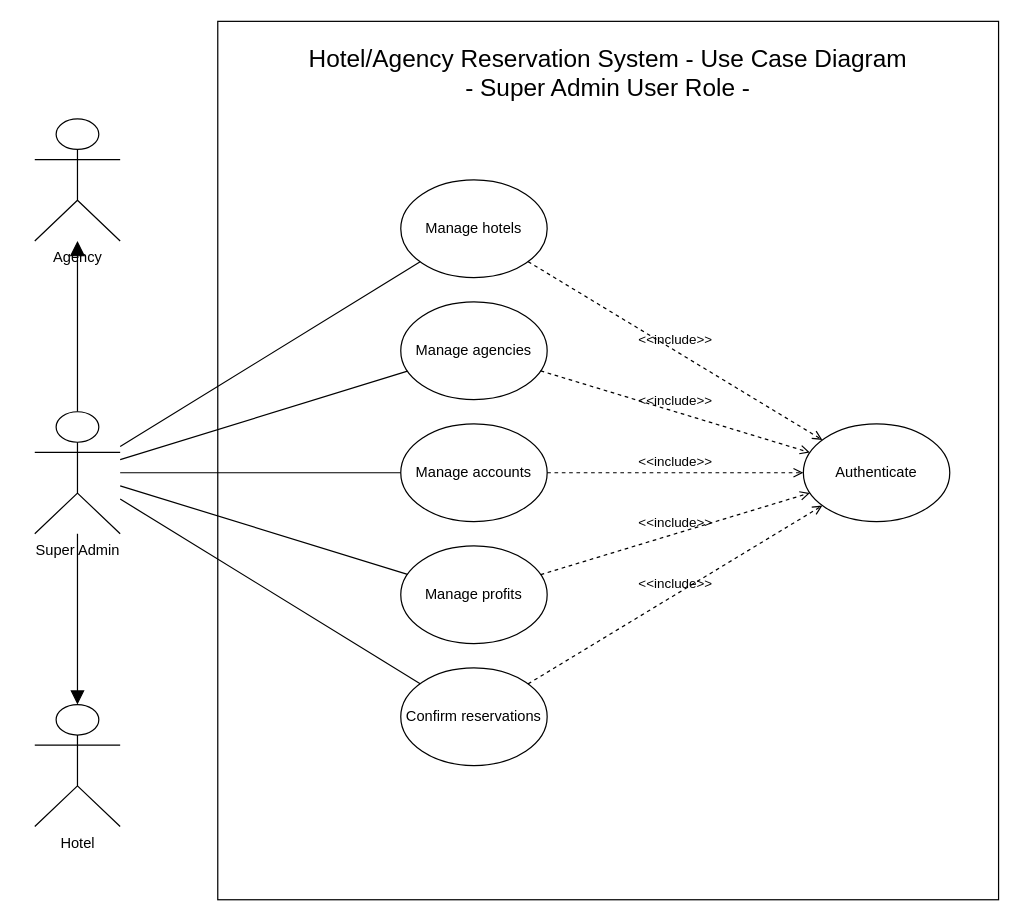
Earlier version of the draw.io diagram page "super admin" (4 of 4) of use_case_diagram.drawio (jawharhmidi02/resrvy_diagrams). Source tidied: cells renumbered, new cells numbered last; positions are measured from the earlier drawing's top-left corner, leaving out a move shared by most shapes. Both pictures are drawn from the tidied source at 122%, with x=0, y=0 at pixel (34, 21).
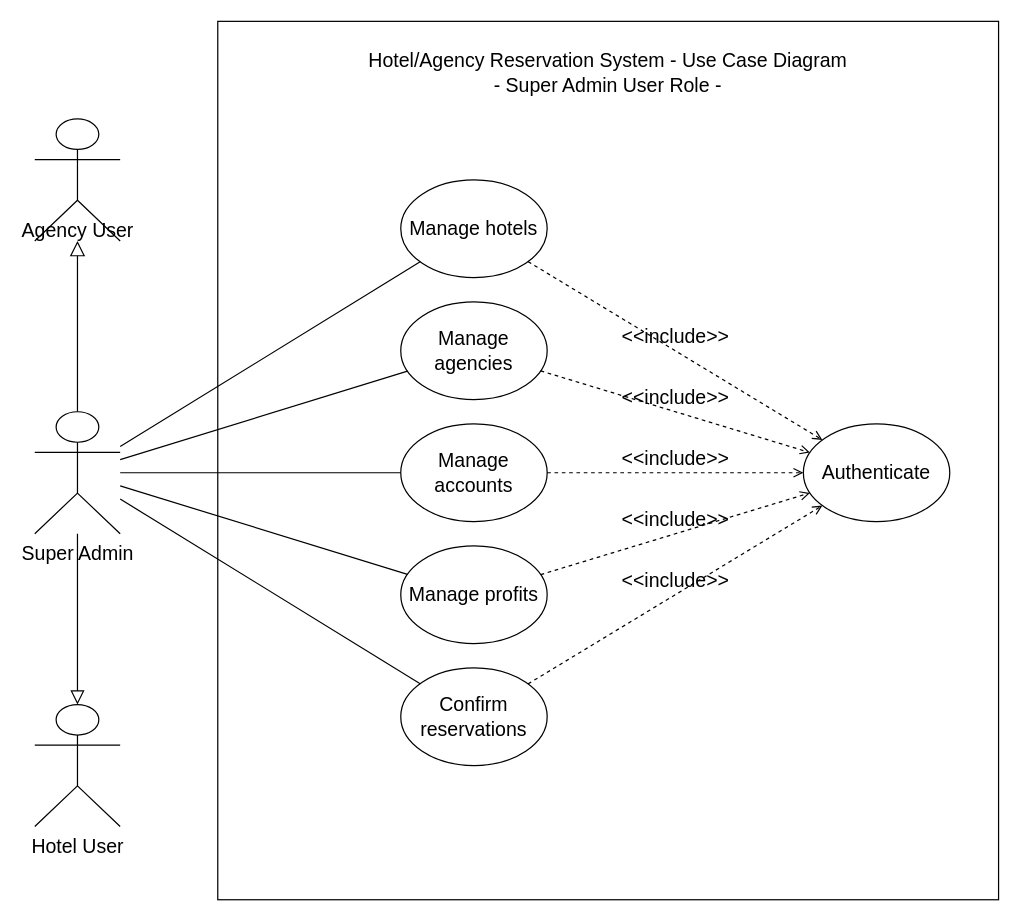
Above is the later version.

Diff of the diagram source:
```diff
@@
-    <mxCell id="2" style="edgeStyle=orthogonalEdgeStyle;rounded=0;jettySize=auto;html=1;endArrow=block;endFill=1;strokeWidth=1;endSize=10;" parent="1" edge="1" source="10" target="24">
+    <mxCell id="2" style="edgeStyle=orthogonalEdgeStyle;rounded=0;jettySize=auto;html=1;endArrow=block;endFill=0;strokeWidth=1;endSize=10;fontSize=16;" parent="1" edge="1" source="10" target="24">
       <mxGeometry relative="1" as="geometry" />
     </mxCell>
-    <mxCell id="3" style="rounded=0;whiteSpace=wrap;html=1;" parent="1" vertex="1">
+    <mxCell id="3" style="rounded=0;whiteSpace=wrap;html=1;fontSize=16;" parent="1" vertex="1">
       <mxGeometry x="150" width="640" height="720" as="geometry" />
     </mxCell>
-    <mxCell id="4" value="&lt;div&gt;Manage accounts&lt;/div&gt;" style="ellipse;whiteSpace=wrap;html=1;" parent="1" vertex="1">
+    <mxCell id="4" value="&lt;div&gt;Manage accounts&lt;/div&gt;" style="ellipse;whiteSpace=wrap;html=1;fontSize=16;" parent="1" vertex="1">
       <mxGeometry x="300" y="330" width="120" height="80" as="geometry" />
     </mxCell>
-    <mxCell id="5" value="Confirm reservations" style="ellipse;whiteSpace=wrap;html=1;" parent="1" vertex="1">
+    <mxCell id="5" value="Confirm reservations" style="ellipse;whiteSpace=wrap;html=1;fontSize=16;" parent="1" vertex="1">
       <mxGeometry x="300" y="530" width="120" height="80" as="geometry" />
     </mxCell>
-    <mxCell id="6" value="Manage profits" style="ellipse;whiteSpace=wrap;html=1;" parent="1" vertex="1">
+    <mxCell id="6" value="Manage profits" style="ellipse;whiteSpace=wrap;html=1;fontSize=16;" parent="1" vertex="1">
       <mxGeometry x="300" y="430" width="120" height="80" as="geometry" />
     </mxCell>
-    <mxCell id="7" value="&amp;lt;&amp;lt;include&amp;gt;&amp;gt;" style="html=1;verticalAlign=bottom;labelBackgroundColor=none;endArrow=open;endFill=0;dashed=1;rounded=0;" parent="1" edge="1" source="4" target="20">
+    <mxCell id="7" value="&amp;lt;&amp;lt;include&amp;gt;&amp;gt;" style="html=1;verticalAlign=bottom;labelBackgroundColor=none;endArrow=open;endFill=0;dashed=1;rounded=0;fontSize=16;" parent="1" edge="1" source="4" target="20">
       <mxGeometry relative="1" as="geometry" />
     </mxCell>
-    <mxCell id="8" value="&amp;lt;&amp;lt;include&amp;gt;&amp;gt;" style="html=1;verticalAlign=bottom;labelBackgroundColor=none;endArrow=open;endFill=0;dashed=1;rounded=0;" parent="1" edge="1" source="5" target="20">
+    <mxCell id="8" value="&amp;lt;&amp;lt;include&amp;gt;&amp;gt;" style="html=1;verticalAlign=bottom;labelBackgroundColor=none;endArrow=open;endFill=0;dashed=1;rounded=0;fontSize=16;" parent="1" edge="1" source="5" target="20">
       <mxGeometry relative="1" as="geometry" />
     </mxCell>
-    <mxCell id="9" value="&amp;lt;&amp;lt;include&amp;gt;&amp;gt;" style="html=1;verticalAlign=bottom;labelBackgroundColor=none;endArrow=open;endFill=0;dashed=1;rounded=0;" parent="1" edge="1" source="6" target="20">
+    <mxCell id="9" value="&amp;lt;&amp;lt;include&amp;gt;&amp;gt;" style="html=1;verticalAlign=bottom;labelBackgroundColor=none;endArrow=open;endFill=0;dashed=1;rounded=0;fontSize=16;" parent="1" edge="1" source="6" target="20">
       <mxGeometry relative="1" as="geometry" />
     </mxCell>
-    <mxCell id="10" value="&lt;div&gt;Super Admin&lt;/div&gt;" style="shape=umlActor;verticalLabelPosition=bottom;verticalAlign=top;html=1;outlineConnect=0;" parent="1" vertex="1">
+    <mxCell id="10" value="&lt;div&gt;Super Admin&lt;/div&gt;" style="shape=umlActor;verticalLabelPosition=bottom;verticalAlign=top;html=1;outlineConnect=0;fontSize=16;" parent="1" vertex="1">
       <mxGeometry y="320" width="70" height="100" as="geometry" />
     </mxCell>
-    <mxCell id="11" style="endArrow=none;html=1;rounded=0;" parent="1" edge="1" source="10" target="4">
+    <mxCell id="11" style="endArrow=none;html=1;rounded=0;fontSize=16;" parent="1" edge="1" source="10" target="4">
       <mxGeometry relative="1" as="geometry" />
     </mxCell>
-    <mxCell id="12" style="endArrow=none;html=1;rounded=0;" parent="1" edge="1" source="10" target="5">
+    <mxCell id="12" style="endArrow=none;html=1;rounded=0;fontSize=16;" parent="1" edge="1" source="10" target="5">
       <mxGeometry relative="1" as="geometry" />
     </mxCell>
-    <mxCell id="13" style="endArrow=none;html=1;rounded=0;" parent="1" edge="1" source="10" target="6">
+    <mxCell id="13" style="endArrow=none;html=1;rounded=0;fontSize=16;" parent="1" edge="1" source="10" target="6">
       <mxGeometry relative="1" as="geometry" />
     </mxCell>
-    <mxCell id="14" value="&lt;div&gt;Manage hotels&lt;/div&gt;" style="ellipse;whiteSpace=wrap;html=1;" parent="1" vertex="1">
+    <mxCell id="14" value="&lt;div&gt;Manage hotels&lt;/div&gt;" style="ellipse;whiteSpace=wrap;html=1;fontSize=16;" parent="1" vertex="1">
       <mxGeometry x="300" y="130" width="120" height="80" as="geometry" />
     </mxCell>
-    <mxCell id="15" value="&lt;div&gt;Manage agencies&lt;/div&gt;" style="ellipse;whiteSpace=wrap;html=1;" parent="1" vertex="1">
+    <mxCell id="15" value="&lt;div&gt;Manage agencies&lt;/div&gt;" style="ellipse;whiteSpace=wrap;html=1;fontSize=16;" parent="1" vertex="1">
       <mxGeometry x="300" y="230" width="120" height="80" as="geometry" />
     </mxCell>
-    <mxCell id="16" style="endArrow=none;html=1;rounded=0;" parent="1" edge="1" source="10" target="15">
+    <mxCell id="16" style="endArrow=none;html=1;rounded=0;fontSize=16;" parent="1" edge="1" source="10" target="15">
       <mxGeometry relative="1" as="geometry" />
     </mxCell>
-    <mxCell id="17" style="endArrow=none;html=1;rounded=0;" parent="1" edge="1" source="10" target="14">
+    <mxCell id="17" style="endArrow=none;html=1;rounded=0;fontSize=16;" parent="1" edge="1" source="10" target="14">
       <mxGeometry relative="1" as="geometry" />
     </mxCell>
-    <mxCell id="18" value="&amp;lt;&amp;lt;include&amp;gt;&amp;gt;" style="html=1;verticalAlign=bottom;labelBackgroundColor=none;endArrow=open;endFill=0;dashed=1;rounded=0;" parent="1" edge="1" source="15" target="20">
+    <mxCell id="18" value="&amp;lt;&amp;lt;include&amp;gt;&amp;gt;" style="html=1;verticalAlign=bottom;labelBackgroundColor=none;endArrow=open;endFill=0;dashed=1;rounded=0;fontSize=16;" parent="1" edge="1" source="15" target="20">
       <mxGeometry relative="1" as="geometry" />
     </mxCell>
-    <mxCell id="19" value="&amp;lt;&amp;lt;include&amp;gt;&amp;gt;" style="html=1;verticalAlign=bottom;labelBackgroundColor=none;endArrow=open;endFill=0;dashed=1;rounded=0;" parent="1" edge="1" source="14" target="20">
+    <mxCell id="19" value="&amp;lt;&amp;lt;include&amp;gt;&amp;gt;" style="html=1;verticalAlign=bottom;labelBackgroundColor=none;endArrow=open;endFill=0;dashed=1;rounded=0;fontSize=16;" parent="1" edge="1" source="14" target="20">
       <mxGeometry relative="1" as="geometry" />
     </mxCell>
-    <mxCell id="20" value="Authenticate" style="ellipse;whiteSpace=wrap;html=1;" parent="1" vertex="1">
+    <mxCell id="20" value="Authenticate" style="ellipse;whiteSpace=wrap;html=1;fontSize=16;" parent="1" vertex="1">
       <mxGeometry x="630" y="330" width="120" height="80" as="geometry" />
     </mxCell>
-    <mxCell id="21" style="edgeStyle=orthogonalEdgeStyle;rounded=0;jettySize=auto;html=1;endArrow=block;endFill=1;endSize=9;" parent="1" edge="1" source="10" target="23">
+    <mxCell id="21" style="edgeStyle=orthogonalEdgeStyle;rounded=0;jettySize=auto;html=1;endArrow=block;endFill=0;endSize=9;fontSize=16;" parent="1" edge="1" source="10" target="23">
       <mxGeometry relative="1" as="geometry" />
     </mxCell>
-    <mxCell id="22" value="&lt;div&gt;&lt;font style=&quot;font-size: 20px;&quot;&gt;Hotel/Agency Reservation System - Use Case Diagram&lt;/font&gt;&lt;/div&gt;&lt;div&gt;&lt;font style=&quot;font-size: 20px;&quot;&gt;- Super Admin User Role -&lt;/font&gt;&lt;/div&gt;" style="text;html=1;align=center;verticalAlign=middle;whiteSpace=wrap;rounded=0;" parent="1" vertex="1">
+    <mxCell id="22" value="&lt;div&gt;&lt;font&gt;Hotel/Agency Reservation System - Use Case Diagram&lt;/font&gt;&lt;/div&gt;&lt;div&gt;&lt;font&gt;- Super Admin User Role -&lt;/font&gt;&lt;/div&gt;" style="text;html=1;align=center;verticalAlign=middle;whiteSpace=wrap;rounded=0;fontSize=16;" parent="1" vertex="1">
       <mxGeometry x="150" y="10" width="640" height="63" as="geometry" />
     </mxCell>
-    <mxCell id="23" value="Hotel" style="shape=umlActor;verticalLabelPosition=bottom;verticalAlign=top;html=1;outlineConnect=0;" parent="1" vertex="1">
+    <mxCell id="23" value="Hotel User" style="shape=umlActor;verticalLabelPosition=bottom;verticalAlign=top;html=1;outlineConnect=0;fontSize=16;" parent="1" vertex="1">
       <mxGeometry y="560" width="70" height="100" as="geometry" />
     </mxCell>
-    <mxCell id="24" value="Agency" style="shape=umlActor;verticalLabelPosition=bottom;verticalAlign=top;html=1;outlineConnect=0;" parent="1" vertex="1">
+    <mxCell id="24" value="Agency User" style="shape=umlActor;verticalLabelPosition=bottom;verticalAlign=top;html=1;outlineConnect=0;spacingBottom=0;spacingLeft=0;spacingTop=-25;fontSize=16;" parent="1" vertex="1">
       <mxGeometry y="80" width="70" height="100" as="geometry" />
     </mxCell>
```
